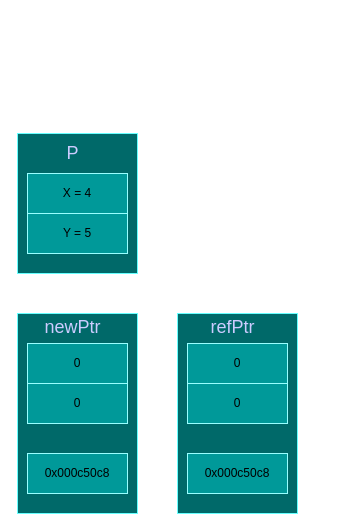
The draw.io diagram images/5-4.drawio in aixgl/gobook, before the edit. Source tidied: cells renumbered, new cells numbered last; positions are measured from the earlier drawing's top-left corner, leaving out a move shared by most shapes. Both pictures are drawn from the tidied source at 100%, with x=0, y=0 at pixel (17, 133).
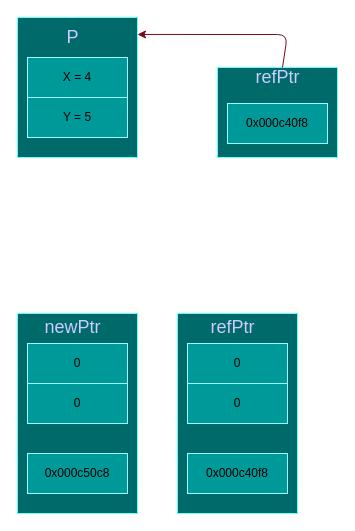
Above is the later version.

The edit, as a diff of the source:
```diff
@@
-<mxGraphModel background="#FFFFFF">
+<mxGraphModel background="#ffffff">
@@
     <mxCell id="2" style="rounded=0;whiteSpace=wrap;html=1;shadow=0;glass=0;sketch=0;fillColor=#006969;strokeColor=#66FFFF;" parent="1" vertex="1">
-      <mxGeometry width="120" height="140" as="geometry" />
+      <mxGeometry y="-116" width="120" height="140" as="geometry" />
     </mxCell>
     <mxCell id="3" value="X = 4" style="whiteSpace=wrap;html=1;glass=0;rounded=0;sketch=0;shadow=0;fillColor=#009999;strokeColor=#99FFFF;" parent="1" vertex="1">
-      <mxGeometry x="10" y="40" width="100" height="40" as="geometry" />
+      <mxGeometry x="10" y="-76" width="100" height="40" as="geometry" />
     </mxCell>
     <mxCell id="4" value="Y = 5" style="whiteSpace=wrap;html=1;fillColor=#009999;strokeColor=#99FFFF;" parent="1" vertex="1">
-      <mxGeometry x="10" y="80" width="100" height="40" as="geometry" />
+      <mxGeometry x="10" y="-36" width="100" height="40" as="geometry" />
     </mxCell>
     <mxCell id="5" value="&lt;font style=&quot;line-height: 170% ; font-size: 18px&quot; color=&quot;#ccccff&quot;&gt;P&lt;/font&gt;" style="text;html=1;align=center;verticalAlign=middle;fontColor=#ffffff;" parent="1" vertex="1">
-      <mxGeometry x="40" width="30" height="40" as="geometry" />
+      <mxGeometry x="40" y="-116" width="30" height="40" as="geometry" />
     </mxCell>
@@
-    <mxCell id="15" value="0x000c50c8" style="whiteSpace=wrap;html=1;fillColor=#009999;strokeColor=#99FFFF;" parent="1" vertex="1">
+    <mxCell id="15" value="0x000c40f8" style="whiteSpace=wrap;html=1;fillColor=#009999;strokeColor=#99FFFF;" parent="1" vertex="1">
       <mxGeometry x="170" y="320" width="100" height="40" as="geometry" />
     </mxCell>
+    <mxCell id="16" style="rounded=0;whiteSpace=wrap;html=1;shadow=0;glass=0;sketch=0;fillColor=#006969;strokeColor=#66FFFF;" parent="1" vertex="1">
+      <mxGeometry x="200" y="-66" width="120" height="90" as="geometry" />
+    </mxCell>
+    <mxCell id="17" value="&lt;font style=&quot;line-height: 170% ; font-size: 18px&quot; color=&quot;#ccccff&quot;&gt;refPtr&lt;/font&gt;" style="text;html=1;align=center;verticalAlign=middle;fontColor=#ffffff;" parent="1" vertex="1">
+      <mxGeometry x="230" y="-76" width="60" height="40" as="geometry" />
+    </mxCell>
+    <mxCell id="18" value="0x000c40f8" style="whiteSpace=wrap;html=1;fillColor=#009999;strokeColor=#99FFFF;" parent="1" vertex="1">
+      <mxGeometry x="210" y="-30" width="100" height="40" as="geometry" />
+    </mxCell>
+    <mxCell id="19" style="endArrow=classic;html=1;entryX=1;entryY=0.121;entryDx=0;entryDy=0;entryPerimeter=0;fillColor=#60a917;strokeColor=#760C1A;" parent="1" edge="1" target="2">
+      <mxGeometry relative="1" as="geometry">
+        <mxPoint x="265" y="-66" as="sourcePoint" />
+        <Array as="points">
+          <mxPoint x="270" y="-99" />
+        </Array>
+      </mxGeometry>
+    </mxCell>
```
